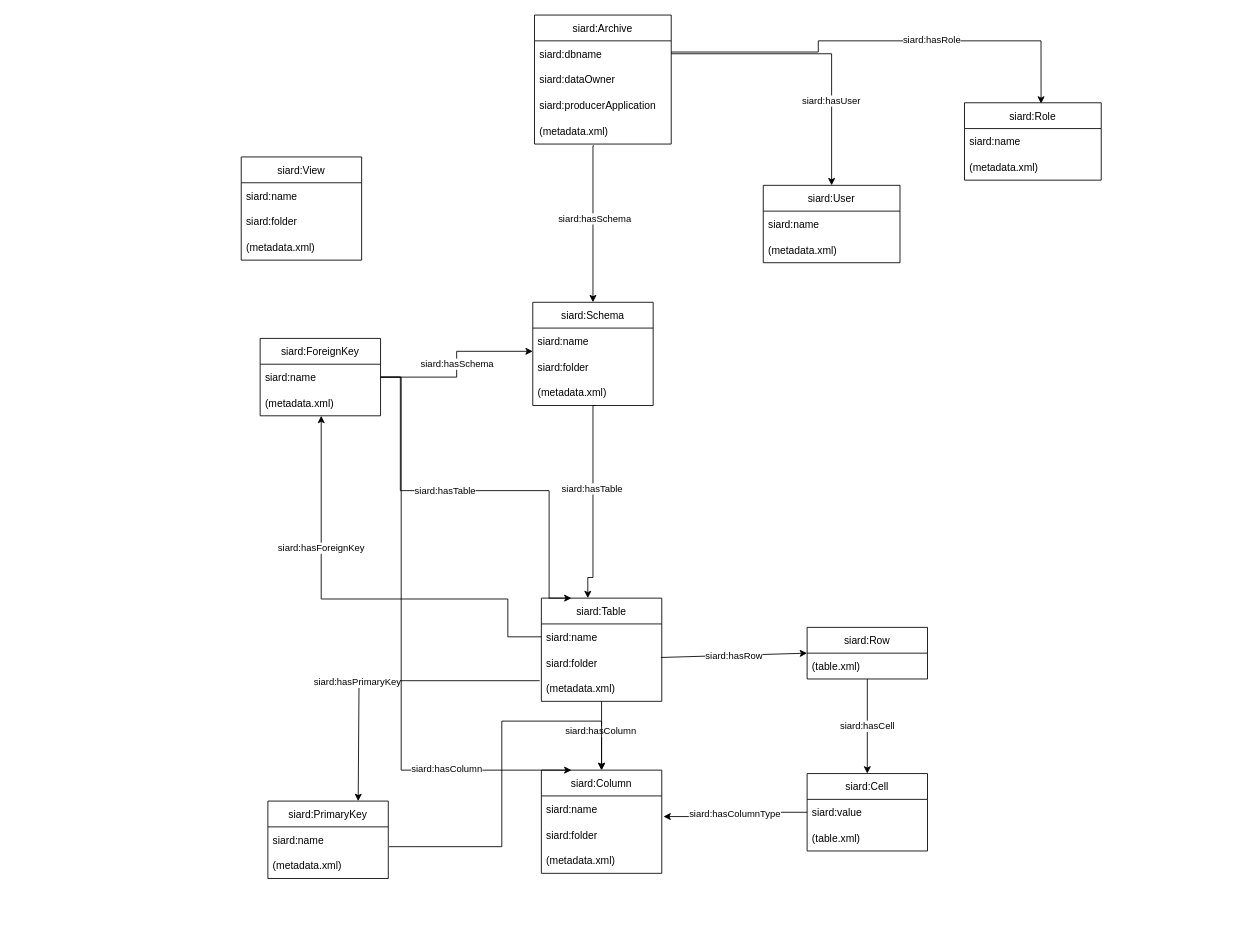
wildit/siard-o keeps this draw.io diagram as SIARD-ontology diagram.drawio. Above is the earlier version. Source tidied: cells renumbered, new cells numbered last; positions are measured from the earlier drawing's top-left corner, leaving out a move shared by most shapes. Both pictures are drawn from the tidied source at 86%, with x=0, y=0 at pixel (241, 15).
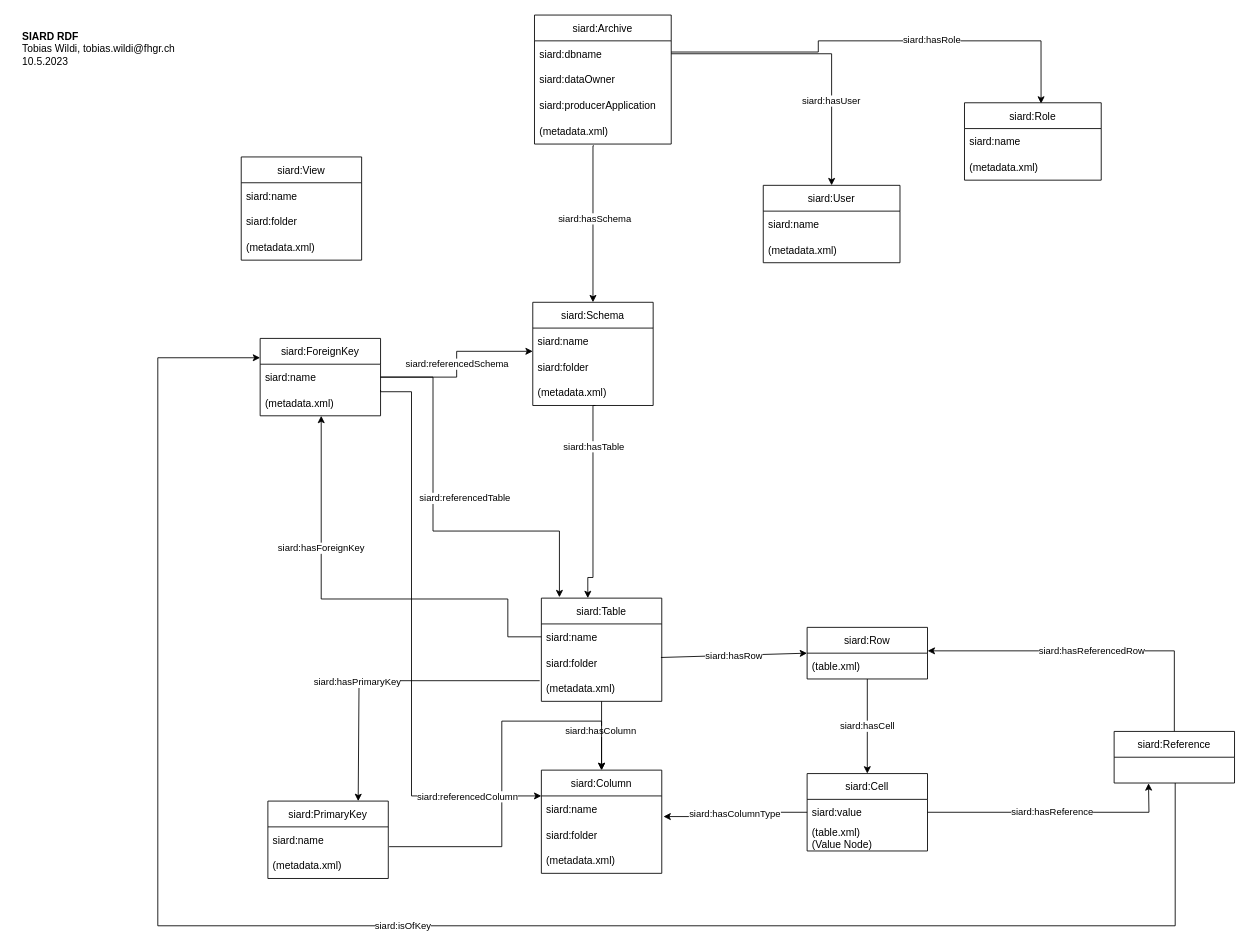
The same diagram, later.

Unchanged cells that the change refers to:
```xml
<mxCell id="2" value="siard:Table" style="swimlane;fontStyle=0;horizontal=1;startSize=30;" parent="1" vertex="1">
  <mxGeometry x="349" y="678" width="140" height="120" as="geometry" />
</mxCell>
<mxCell id="6" value="siard:Column" style="swimlane;fontStyle=0;horizontal=1;startSize=30;" parent="1" vertex="1">
  <mxGeometry x="349" y="878" width="140" height="120" as="geometry" />
</mxCell>
<mxCell id="12" style="edgeStyle=orthogonalEdgeStyle;rounded=0;jettySize=auto;html=1;exitX=0.521;exitY=1;exitDx=0;exitDy=0;exitPerimeter=0;" parent="1" edge="1" source="17" target="2">
  <mxGeometry relative="1" as="geometry">
    <Array as="points">
      <mxPoint x="409" y="454" />
      <mxPoint x="409" y="654" />
      <mxPoint x="403" y="654" />
    </Array>
  </mxGeometry>
</mxCell>
<mxCell id="16" value="siard:folder" style="text;strokeColor=none;fillColor=none;align=left;verticalAlign=middle;spacingLeft=4;spacingRight=4;overflow=hidden;points=[[0,0.5],[1,0.5]];portConstraint=eastwest;" parent="14" vertex="1">
  <mxGeometry y="60" width="140" height="30" as="geometry" />
</mxCell>
<mxCell id="20" value="(table.xml)" style="text;strokeColor=none;fillColor=none;align=left;verticalAlign=middle;spacingLeft=4;spacingRight=4;overflow=hidden;points=[[0,0.5],[1,0.5]];portConstraint=eastwest;" parent="19" vertex="1">
  <mxGeometry y="30" width="140" height="30" as="geometry" />
</mxCell>
<mxCell id="21" value="siard:Cell" style="swimlane;fontStyle=0;horizontal=1;startSize=30;" parent="1" vertex="1">
  <mxGeometry x="658" y="882" width="140" height="90" as="geometry" />
</mxCell>
<mxCell id="22" value="siard:value" style="text;strokeColor=none;fillColor=none;align=left;verticalAlign=middle;spacingLeft=4;spacingRight=4;overflow=hidden;points=[[0,0.5],[1,0.5]];portConstraint=eastwest;" parent="21" vertex="1">
  <mxGeometry y="30" width="140" height="30" as="geometry" />
</mxCell>
<mxCell id="50" value="siard:ForeignKey" style="swimlane;fontStyle=0;horizontal=1;startSize=30;" parent="1" vertex="1">
  <mxGeometry x="22" y="376" width="140" height="90" as="geometry" />
</mxCell>
<mxCell id="51" value="siard:name" style="text;strokeColor=none;fillColor=none;align=left;verticalAlign=middle;spacingLeft=4;spacingRight=4;overflow=hidden;points=[[0,0.5],[1,0.5]];portConstraint=eastwest;" parent="50" vertex="1">
  <mxGeometry y="30" width="140" height="30" as="geometry" />
</mxCell>
```

Diff of the diagram source:
```diff
@@
     <mxCell id="13" value="siard:hasTable" style="edgeLabel;html=1;align=center;verticalAlign=middle;" parent="12" vertex="1">
-      <mxGeometry x="-0.15" y="-2" relative="1" as="geometry" />
+      <mxGeometry x="-0.15" y="-2" relative="1" as="geometry">
+        <mxPoint x="2" y="-49" as="offset" />
+      </mxGeometry>
     </mxCell>
@@
-    <mxCell id="23" value="(table.xml)" style="text;strokeColor=none;fillColor=none;align=left;verticalAlign=middle;spacingLeft=4;spacingRight=4;overflow=hidden;" parent="21" vertex="1">
+    <mxCell id="23" value="(table.xml)&#10;(Value Node)" style="text;strokeColor=none;fillColor=none;align=left;verticalAlign=middle;spacingLeft=4;spacingRight=4;overflow=hidden;" parent="21" vertex="1">
       <mxGeometry y="60" width="140" height="30" as="geometry" />
     </mxCell>
@@
-    <mxCell id="47" value="siard:hasSchema" style="edgeStyle=orthogonalEdgeStyle;rounded=0;jettySize=auto;html=1;entryX=0;entryY=-0.1;entryDx=0;entryDy=0;entryPerimeter=0;" parent="1" edge="1" source="50" target="16">
+    <mxCell id="47" value="siard:referencedSchema" style="edgeStyle=orthogonalEdgeStyle;rounded=0;jettySize=auto;html=1;entryX=0;entryY=-0.1;entryDx=0;entryDy=0;entryPerimeter=0;" parent="1" edge="1" source="50" target="16">
       <mxGeometry relative="1" as="geometry" />
     </mxCell>
-    <mxCell id="48" style="edgeStyle=orthogonalEdgeStyle;rounded=0;jettySize=auto;html=1;entryX=0.25;entryY=0;entryDx=0;entryDy=0;exitX=1;exitY=0.5;exitDx=0;exitDy=0;" parent="1" edge="1" source="51" target="2">
+    <mxCell id="48" style="edgeStyle=orthogonalEdgeStyle;rounded=0;jettySize=auto;html=1;exitX=1;exitY=0.5;exitDx=0;exitDy=0;" parent="1" edge="1" source="51">
       <mxGeometry relative="1" as="geometry">
+        <mxPoint x="370" y="677" as="targetPoint" />
         <Array as="points">
-          <mxPoint x="185" y="421" />
-          <mxPoint x="185" y="553" />
-          <mxPoint x="358" y="553" />
-          <mxPoint x="358" y="678" />
+          <mxPoint x="223" y="421" />
+          <mxPoint x="223" y="600" />
+          <mxPoint x="370" y="600" />
         </Array>
       </mxGeometry>
     </mxCell>
-    <mxCell id="49" value="siard:hasTable" style="edgeLabel;html=1;align=center;verticalAlign=middle;" parent="48" vertex="1">
-      <mxGeometry x="-0.14" y="1" relative="1" as="geometry" />
+    <mxCell id="49" value="siard:referencedTable" style="edgeLabel;html=1;align=center;verticalAlign=middle;" parent="48" vertex="1">
+      <mxGeometry x="-0.14" y="1" relative="1" as="geometry">
+        <mxPoint x="35" y="1" as="offset" />
+      </mxGeometry>
     </mxCell>
@@
-    <mxCell id="60" style="edgeStyle=orthogonalEdgeStyle;rounded=0;jettySize=auto;html=1;entryX=0.25;entryY=0;entryDx=0;entryDy=0;" parent="1" edge="1" source="51" target="6">
+    <mxCell id="60" style="edgeStyle=orthogonalEdgeStyle;rounded=0;jettySize=auto;html=1;entryX=0;entryY=0.25;entryDx=0;entryDy=0;" parent="1" edge="1" source="51" target="6">
       <mxGeometry relative="1" as="geometry">
         <Array as="points">
-          <mxPoint x="186" y="421" />
-          <mxPoint x="186" y="878" />
+          <mxPoint x="162" y="438" />
+          <mxPoint x="198" y="438" />
+          <mxPoint x="198" y="908" />
         </Array>
       </mxGeometry>
     </mxCell>
-    <mxCell id="61" value="siard:hasColumn" style="edgeLabel;html=1;align=center;verticalAlign=middle;" parent="60" vertex="1">
-      <mxGeometry x="0.57" y="2" relative="1" as="geometry" />
+    <mxCell id="61" value="siard:referencedColumn" style="edgeLabel;html=1;align=center;verticalAlign=middle;" parent="60" vertex="1">
+      <mxGeometry x="0.57" y="2" relative="1" as="geometry">
+        <mxPoint x="55" y="2" as="offset" />
+      </mxGeometry>
     </mxCell>
+    <mxCell id="62" value="siard:hasReferencedRow" style="edgeStyle=orthogonalEdgeStyle;rounded=0;jettySize=auto;html=1;entryX=1.001;entryY=-0.09;entryDx=0;entryDy=0;entryPerimeter=0;" parent="1" edge="1" source="63" target="20">
+      <mxGeometry relative="1" as="geometry" />
+    </mxCell>
+    <mxCell id="63" value="siard:Reference" style="swimlane;fontStyle=0;horizontal=1;startSize=30;" parent="1" vertex="1">
+      <mxGeometry x="1015" y="833" width="140" height="60" as="geometry" />
+    </mxCell>
+    <mxCell id="64" value="siard:isOfKey" style="edgeStyle=orthogonalEdgeStyle;rounded=0;jettySize=auto;html=1;entryX=0;entryY=0.25;entryDx=0;entryDy=0;" parent="1" edge="1" target="50">
+      <mxGeometry relative="1" as="geometry">
+        <mxPoint x="1086" y="893" as="sourcePoint" />
+        <Array as="points">
+          <mxPoint x="1086" y="1059" />
+          <mxPoint x="-97" y="1059" />
+          <mxPoint x="-97" y="399" />
+        </Array>
+      </mxGeometry>
+    </mxCell>
+    <mxCell id="65" style="edgeStyle=orthogonalEdgeStyle;rounded=0;jettySize=auto;html=1;entryX=0.286;entryY=1.011;entryDx=0;entryDy=0;entryPerimeter=0;" parent="1" edge="1" source="22">
+      <mxGeometry relative="1" as="geometry">
+        <mxPoint x="1055" y="893.3" as="targetPoint" />
+      </mxGeometry>
+    </mxCell>
+    <mxCell id="66" value="siard:hasReference" style="edgeLabel;html=1;align=center;verticalAlign=middle;" parent="65" vertex="1">
+      <mxGeometry x="-0.01" y="1" relative="1" as="geometry" />
+    </mxCell>
+    <mxCell id="67" value="&lt;div style=&quot;text-align: left;&quot;&gt;&lt;span style=&quot;background-color: initial;&quot;&gt;&lt;b&gt;SIARD RDF&lt;/b&gt;&lt;/span&gt;&lt;/div&gt;&lt;div style=&quot;text-align: left;&quot;&gt;&lt;span style=&quot;background-color: initial;&quot;&gt;Tobias Wildi, tobias.wildi@fhgr.ch&lt;/span&gt;&lt;/div&gt;&lt;div style=&quot;text-align: left;&quot;&gt;&lt;span style=&quot;background-color: initial;&quot;&gt;10.5.2023&lt;/span&gt;&lt;/div&gt;" style="text;html=1;strokeColor=none;fillColor=none;align=center;verticalAlign=middle;whiteSpace=wrap;rounded=0;" parent="1" vertex="1">
+      <mxGeometry x="-263" y="18" width="195" height="44" as="geometry" />
+    </mxCell>
```
